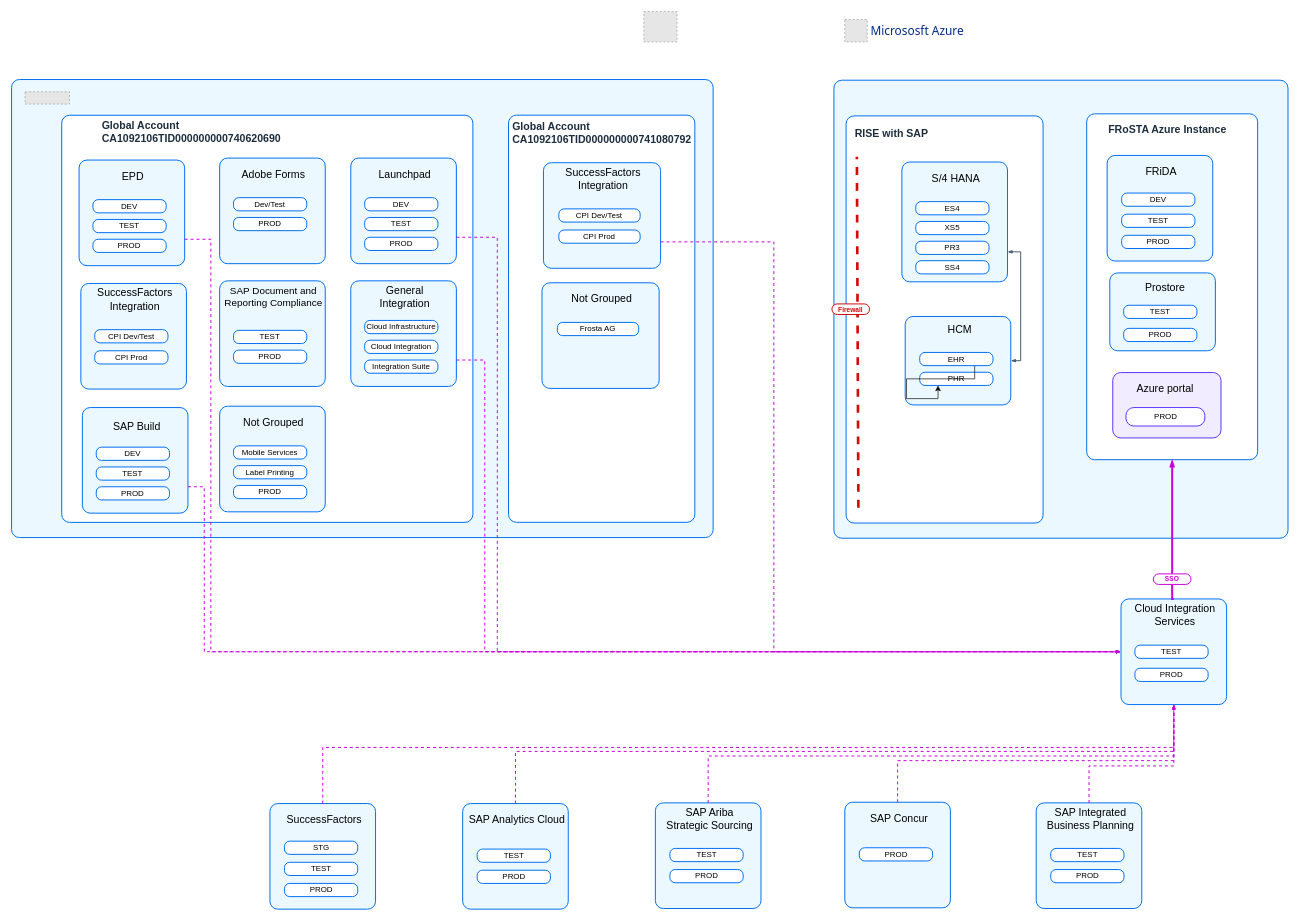
Above: drawio_files/3.1 SAP Cloud Authentication.drawio in lucasdreger/diagrams (draw.io), before the change. Source tidied: cells renumbered, new cells numbered last; positions are measured from the earlier drawing's top-left corner, leaving out a move shared by most shapes. Both pictures are drawn from the tidied source at 66%, with x=0, y=0 at pixel (11, 11). Pictures stored in the file or linked from it are replaced by grey dashed boxes.
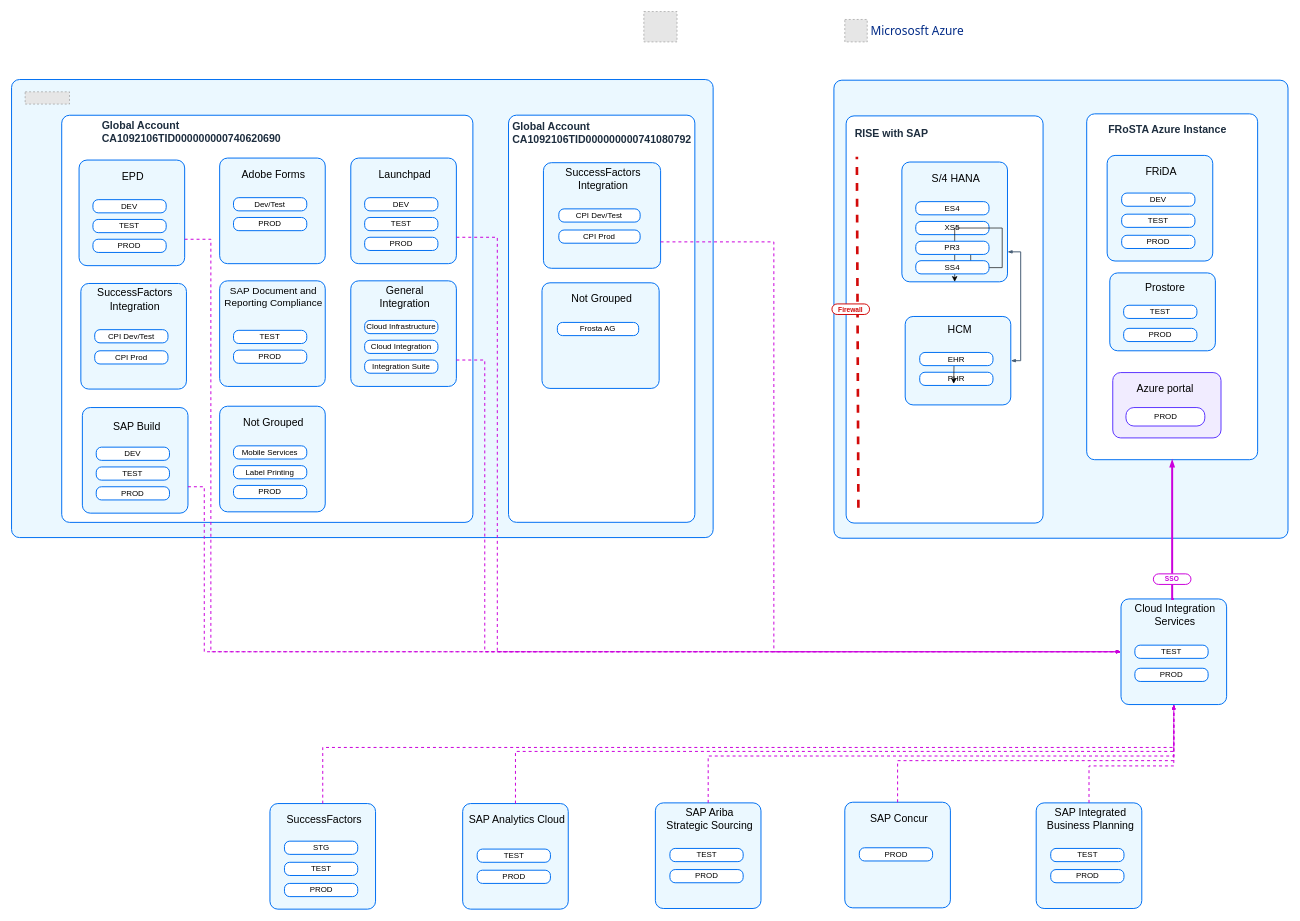
The same page after the edit.

Unchanged cells that the change refers to:
```xml
<mxCell id="71" style="rounded=1;whiteSpace=wrap;html=1;strokeColor=#0070F2;fillColor=#EBF8FF;arcSize=24;absoluteArcSize=1;imageWidth=64;imageHeight=64;strokeWidth=1.5;" parent="1" vertex="1">
  <mxGeometry x="1349" y="228" width="160" height="181.5" as="geometry" />
</mxCell>
<mxCell id="75" value="PR3" style="rounded=1;whiteSpace=wrap;html=1;strokeColor=#0070F2;strokeWidth=1.5;arcSize=16;fillColor=#ffffff;perimeterSpacing=0;absoluteArcSize=1;" parent="1" vertex="1">
  <mxGeometry x="1370" y="348" width="111" height="20" as="geometry" />
</mxCell>
<mxCell id="80" value="PHR" style="rounded=1;whiteSpace=wrap;html=1;strokeColor=#0070F2;strokeWidth=1.5;arcSize=16;fillColor=#ffffff;perimeterSpacing=0;absoluteArcSize=1;" parent="1" vertex="1">
  <mxGeometry x="1376" y="546.5" width="111" height="20" as="geometry" />
</mxCell>
<mxCell id="82" value="EHR" style="rounded=1;whiteSpace=wrap;html=1;strokeColor=#0070F2;strokeWidth=1.5;arcSize=16;fillColor=#ffffff;perimeterSpacing=0;absoluteArcSize=1;" parent="1" vertex="1">
  <mxGeometry x="1376" y="516.5" width="111" height="20" as="geometry" />
</mxCell>
```

Change to the diagram source:
```diff
@@
+    <mxCell id="125" style="edgeStyle=orthogonalEdgeStyle;rounded=0;jettySize=auto;html=1;exitX=0.75;exitY=1;exitDx=0;exitDy=0;" parent="1" edge="1" source="75" target="71">
+      <mxGeometry relative="1" as="geometry" />
+    </mxCell>
@@
-    <mxCell id="81" style="edgeStyle=orthogonalEdgeStyle;rounded=0;jettySize=auto;html=1;exitX=0.75;exitY=1;exitDx=0;exitDy=0;entryX=0.25;entryY=1;entryDx=0;entryDy=0;" parent="1" edge="1" source="82" target="80">
-      <mxGeometry relative="1" as="geometry" />
+    <mxCell id="81" style="edgeStyle=orthogonalEdgeStyle;rounded=0;orthogonalLoop=1;jettySize=auto;html=1;exitX=0.75;exitY=1;exitDx=0;exitDy=0;entryX=0.25;entryY=1;entryDx=0;entryDy=0;" parent="1" edge="1">
+      <mxGeometry relative="1" as="geometry">
+        <mxPoint x="1483" y="534" as="sourcePoint" />
+        <mxPoint x="1427.5" y="564" as="targetPoint" />
+      </mxGeometry>
     </mxCell>
```
